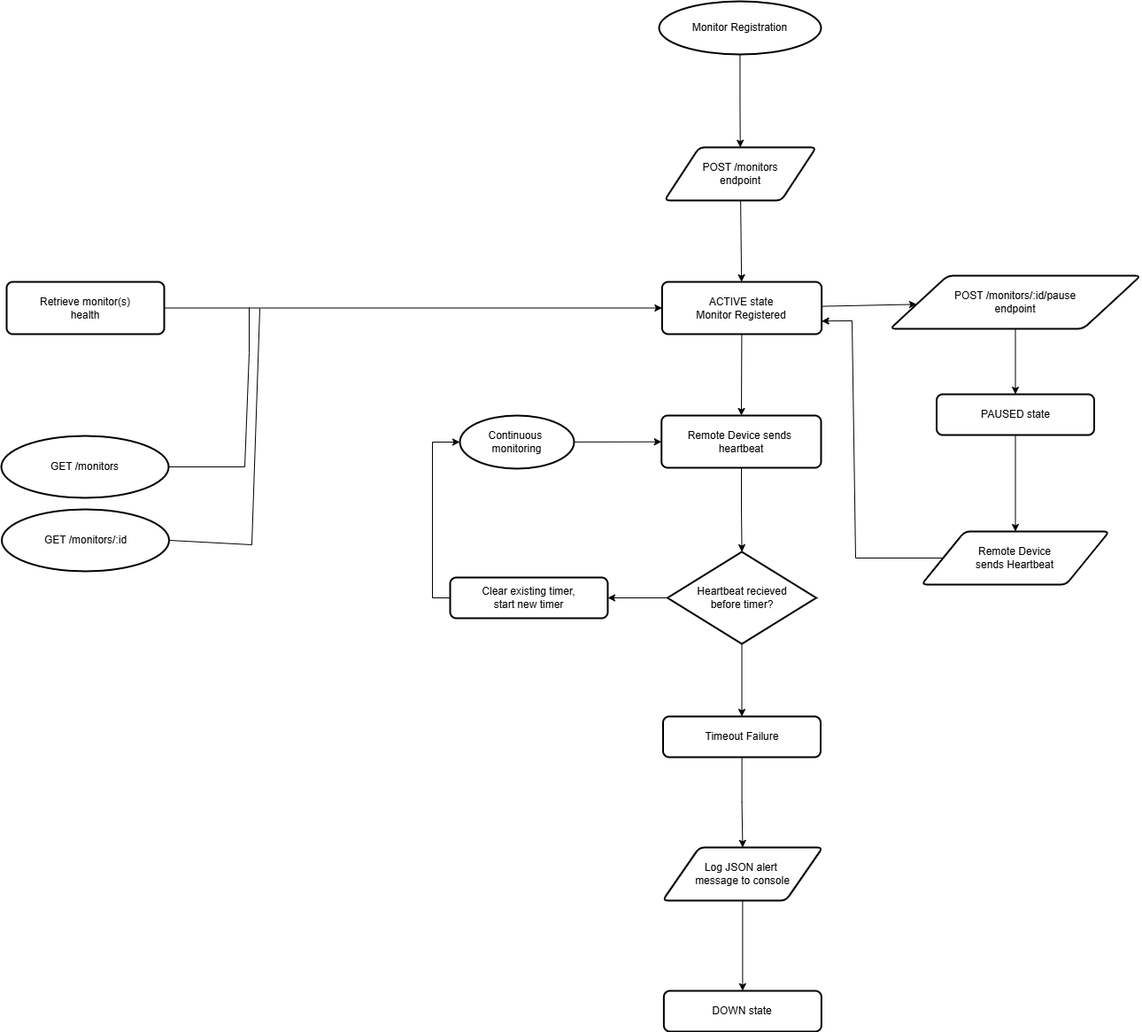
The draw.io diagram assets/architecture-diagram.png in NanaYawAustin/Pulse-Check-API, before a commit. Source tidied: cells renumbered, new cells last; positions are measured from the earlier drawing's top-left corner, leaving out a move shared by most shapes.
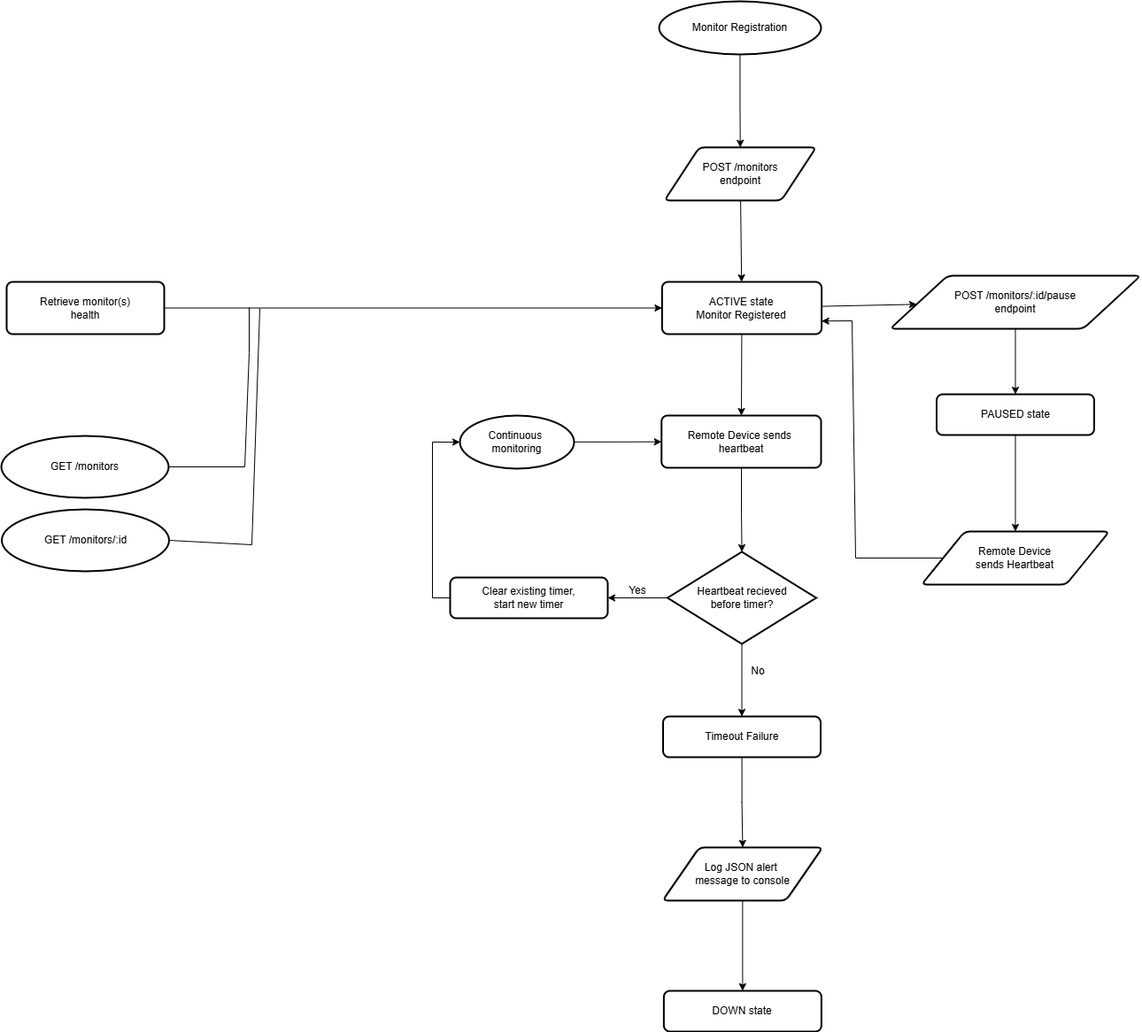
Later version of the same file.

Commit message:
Architechtural design updated

What changed in the source:
```diff
@@ -117,5 +117,11 @@
     <mxCell id="34" value="GET /monitors/:id" style="strokeWidth=2;html=1;shape=mxgraph.flowchart.start_1;whiteSpace=wrap;" parent="1" vertex="1">
       <mxGeometry x="0.5" y="574" width="189" height="70" as="geometry" />
     </mxCell>
+    <mxCell id="35" value="Yes" style="text;html=1;whiteSpace=wrap;strokeColor=none;fillColor=none;align=center;verticalAlign=middle;rounded=0;" parent="1" vertex="1">
+      <mxGeometry x="689" y="651" width="60" height="30" as="geometry" />
+    </mxCell>
+    <mxCell id="36" value="No" style="text;html=1;whiteSpace=wrap;strokeColor=none;fillColor=none;align=center;verticalAlign=middle;rounded=0;" parent="1" vertex="1">
+      <mxGeometry x="825" y="742" width="60" height="30" as="geometry" />
+    </mxCell>
   </root>
 </mxGraphModel>
```
